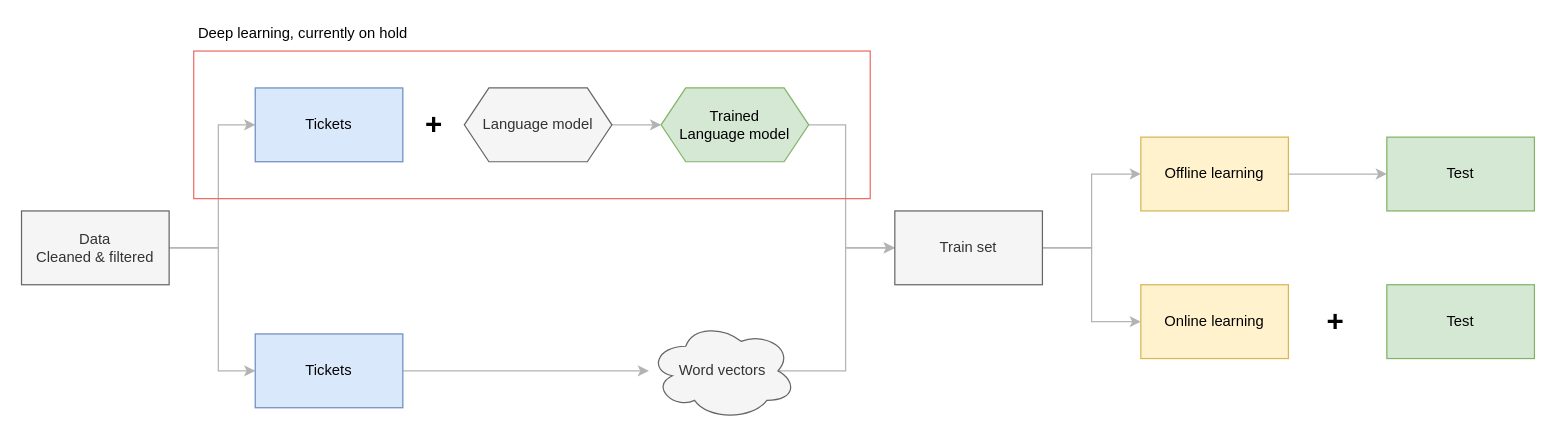
This is Untitled Diagram.drawio from mhux2000/100-pandas-puzzles, a draw.io file, before an edit. Source tidied: cells renumbered, new cells numbered last; positions are measured from the earlier drawing's top-left corner, leaving out a move shared by most shapes. Both pictures are drawn from the tidied source at 123%, with x=0, y=0 at pixel (21, 21).
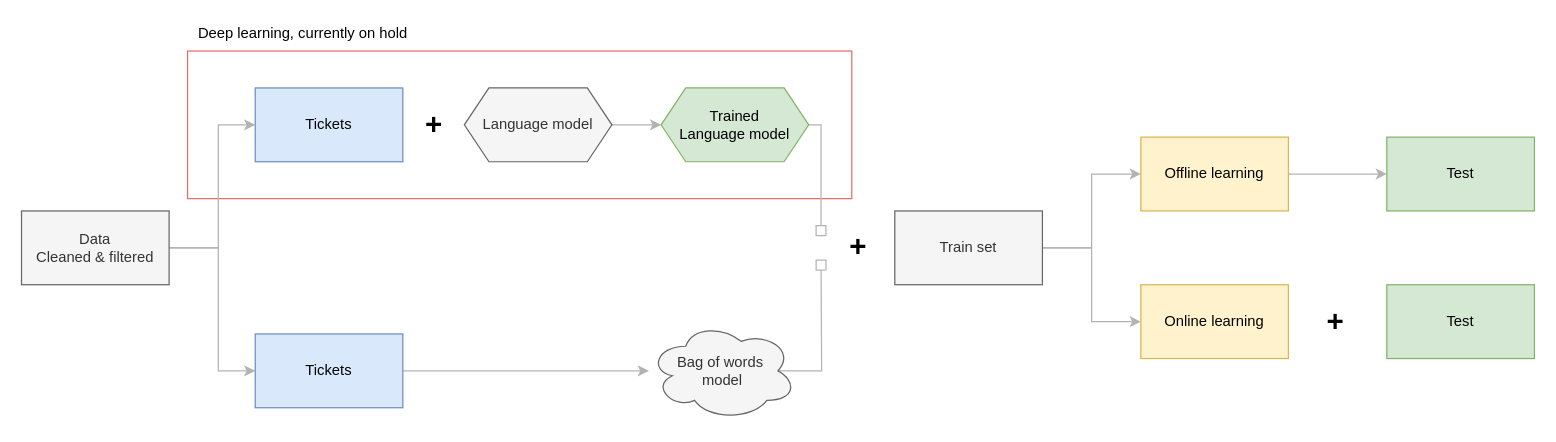
After the change.

The change refers to these unchanged cells:
```xml
<mxCell id="12" value="Trained&lt;br&gt;Language model" style="shape=hexagon;perimeter=hexagonPerimeter2;whiteSpace=wrap;html=1;fixedSize=1;fillColor=#d5e8d4;strokeColor=#82b366;" parent="1" vertex="1">
  <mxGeometry x="520" y="54" width="120" height="60" as="geometry" />
</mxCell>
<mxCell id="17" value="Train set" style="rounded=0;whiteSpace=wrap;html=1;fillColor=#f5f5f5;strokeColor=#666666;fontColor=#333333;" parent="1" vertex="1">
  <mxGeometry x="710" y="154" width="120" height="60" as="geometry" />
</mxCell>
```

The edit, as a diff of the source:
```diff
@@
+    <mxCell id="24" style="rounded=0;whiteSpace=wrap;html=1;fontSize=12;fillColor=none;strokeColor=#EA6B66;" parent="1" vertex="1">
+      <mxGeometry x="135" y="24" width="540" height="120" as="geometry" />
+    </mxCell>
@@
-    <mxCell id="11" style="edgeStyle=orthogonalEdgeStyle;rounded=0;jettySize=auto;html=1;exitX=1;exitY=0.5;exitDx=0;exitDy=0;entryX=0;entryY=0.5;entryDx=0;entryDy=0;strokeColor=#B3B3B3;fontSize=12;" parent="1" edge="1" source="12" target="17">
-      <mxGeometry relative="1" as="geometry">
-        <Array as="points">
-          <mxPoint x="670" y="84" />
-          <mxPoint x="670" y="184" />
-        </Array>
-      </mxGeometry>
-    </mxCell>
+    <mxCell id="26" style="edgeStyle=orthogonalEdgeStyle;rounded=0;jettySize=auto;html=1;exitX=1;exitY=0.5;exitDx=0;exitDy=0;endArrow=box;endFill=0;strokeColor=#B3B3B3;" parent="1" edge="1" source="12">
+      <mxGeometry relative="1" as="geometry">
+        <mxPoint x="650" y="174" as="targetPoint" />
+        <Array as="points">
+          <mxPoint x="650" y="84" />
+        </Array>
+      </mxGeometry>
+    </mxCell>
@@
-    <mxCell id="13" style="edgeStyle=orthogonalEdgeStyle;rounded=0;jettySize=auto;html=1;entryX=0;entryY=0.5;entryDx=0;entryDy=0;strokeColor=#B3B3B3;fontSize=12;exitX=0.875;exitY=0.5;exitDx=0;exitDy=0;exitPerimeter=0;" parent="1" edge="1" source="14" target="17">
-      <mxGeometry relative="1" as="geometry">
-        <Array as="points">
-          <mxPoint x="670" y="284" />
-          <mxPoint x="670" y="184" />
-        </Array>
-      </mxGeometry>
-    </mxCell>
+    <mxCell id="27" style="edgeStyle=orthogonalEdgeStyle;rounded=0;jettySize=auto;html=1;exitX=0.875;exitY=0.5;exitDx=0;exitDy=0;exitPerimeter=0;endArrow=box;endFill=0;strokeColor=#B3B3B3;" parent="1" edge="1" source="14">
+      <mxGeometry relative="1" as="geometry">
+        <mxPoint x="650" y="194" as="targetPoint" />
+      </mxGeometry>
+    </mxCell>
-    <mxCell id="14" value="Word vectors" style="ellipse;shape=cloud;whiteSpace=wrap;html=1;fontSize=12;fillColor=#f5f5f5;strokeColor=#666666;fontColor=#333333;" parent="1" vertex="1">
+    <mxCell id="14" value="Bag of words&amp;nbsp;&lt;br&gt;model" style="ellipse;shape=cloud;whiteSpace=wrap;html=1;fontSize=12;fillColor=#f5f5f5;strokeColor=#666666;fontColor=#333333;" parent="1" vertex="1">
       <mxGeometry x="510" y="244" width="120" height="80" as="geometry" />
     </mxCell>
@@
-    <mxCell id="24" style="rounded=0;whiteSpace=wrap;html=1;fontSize=12;fillColor=none;strokeColor=#EA6B66;" parent="1" vertex="1">
-      <mxGeometry x="140" y="24" width="550" height="120" as="geometry" />
-    </mxCell>
@@
+    <mxCell id="28" value="+" style="text;strokeColor=none;fillColor=none;html=1;fontSize=24;fontStyle=1;verticalAlign=middle;align=center;" parent="1" vertex="1">
+      <mxGeometry x="670" y="168" width="20" height="30" as="geometry" />
+    </mxCell>
```
